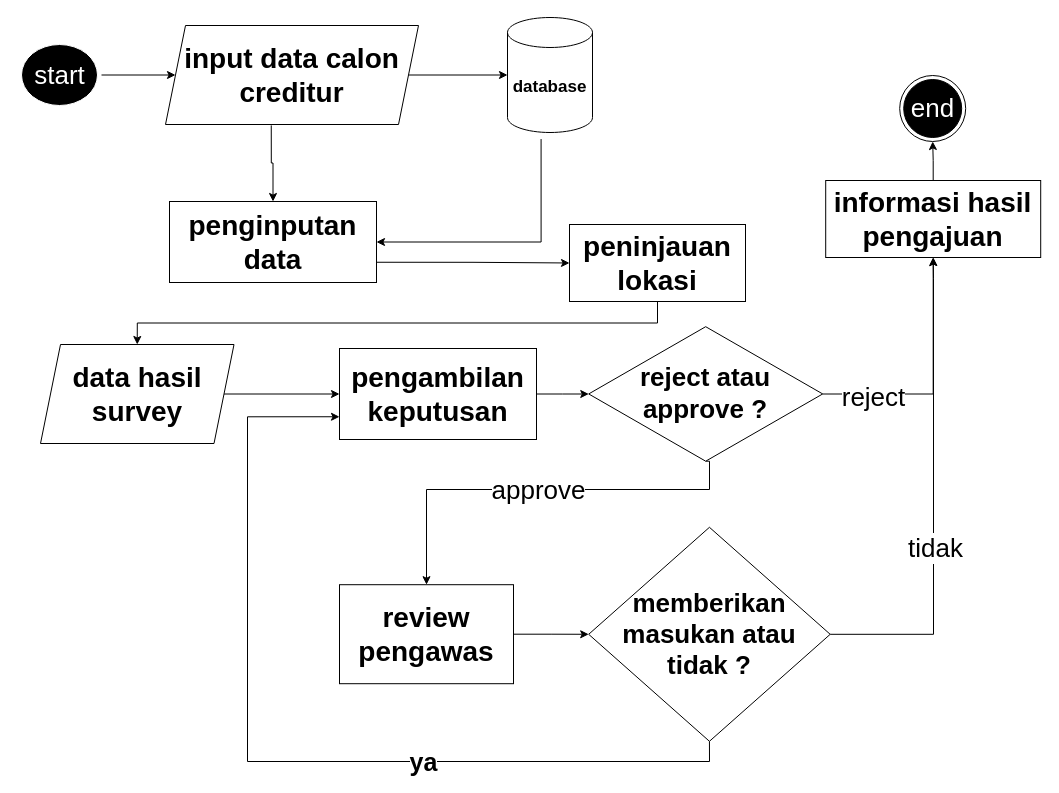
The draw.io diagram page "flowchart system" (1 of 43) of public/Untitled Diagram.drawio in alinurd/simpanPinjam, before the edit. Source tidied: cells renumbered, new cells numbered last; positions are measured from the earlier drawing's top-left corner, leaving out a move shared by most shapes. Both pictures are drawn from the tidied source at 100%, with x=0, y=0 at pixel (17, 17).
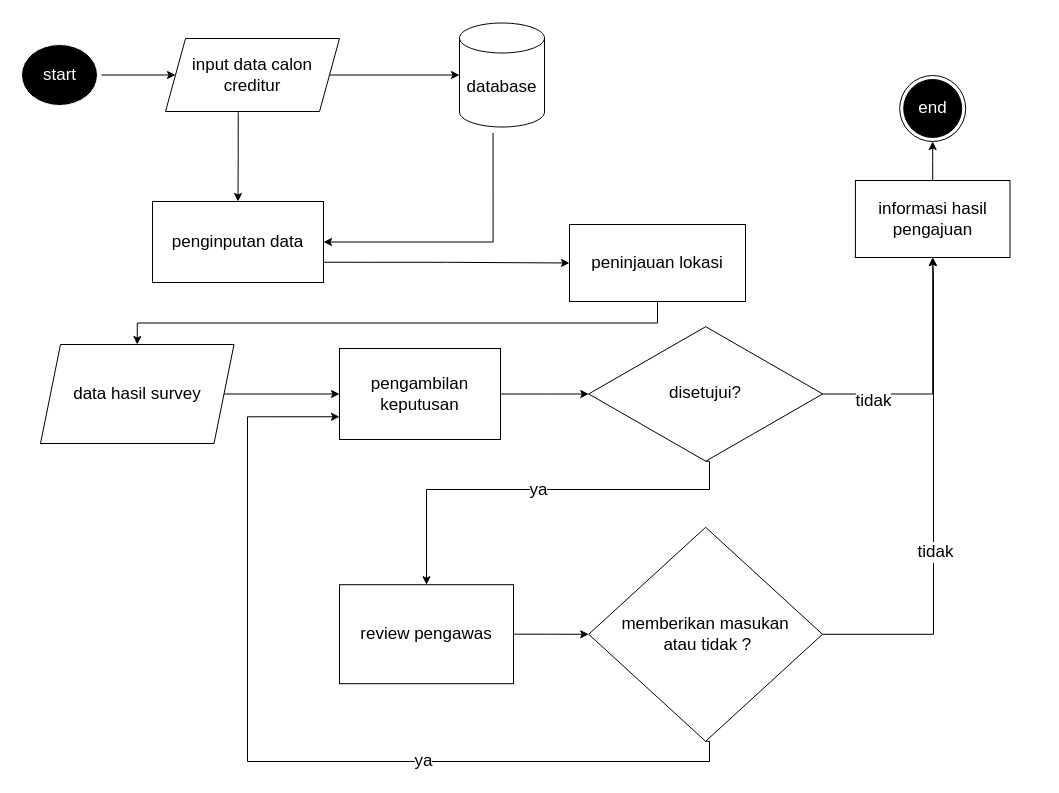
Above is the later version.

Diff of the diagram source:
```diff
@@
-    <mxCell id="2" style="edgeStyle=orthogonalEdgeStyle;rounded=0;jettySize=auto;html=1;entryX=0;entryY=0.5;entryDx=0;entryDy=0;fontSize=28;fontStyle=1;" parent="1" edge="1" source="31" target="5">
+    <mxCell id="2" style="edgeStyle=orthogonalEdgeStyle;rounded=0;jettySize=auto;html=1;entryX=0;entryY=0.5;entryDx=0;entryDy=0;fontSize=17;fontStyle=0;" parent="1" edge="1" source="31" target="5">
       <mxGeometry relative="1" as="geometry" />
     </mxCell>
-    <mxCell id="3" style="edgeStyle=orthogonalEdgeStyle;rounded=0;jettySize=auto;html=1;fontSize=28;exitX=0.418;exitY=1.009;exitDx=0;exitDy=0;exitPerimeter=0;fontStyle=1;" parent="1" edge="1" source="5" target="7">
+    <mxCell id="3" style="edgeStyle=orthogonalEdgeStyle;rounded=0;jettySize=auto;html=1;fontSize=17;exitX=0.418;exitY=1.009;exitDx=0;exitDy=0;exitPerimeter=0;fontStyle=0;" parent="1" edge="1" source="5" target="7">
       <mxGeometry relative="1" as="geometry" />
     </mxCell>
-    <mxCell id="4" style="edgeStyle=orthogonalEdgeStyle;rounded=0;jettySize=auto;html=1;entryX=0;entryY=0.5;entryDx=0;entryDy=0;entryPerimeter=0;fontSize=28;fontStyle=1;" parent="1" edge="1" source="5" target="8">
+    <mxCell id="4" style="edgeStyle=orthogonalEdgeStyle;rounded=0;jettySize=auto;html=1;entryX=0;entryY=0.5;entryDx=0;entryDy=0;entryPerimeter=0;fontSize=17;fontStyle=0;" parent="1" edge="1" source="5" target="8">
       <mxGeometry relative="1" as="geometry" />
     </mxCell>
-    <mxCell id="5" value="&lt;font style=&quot;font-size: 28px;&quot;&gt;input data calon creditur&lt;br style=&quot;font-size: 28px;&quot;&gt;&lt;/font&gt;" style="shape=parallelogram;perimeter=parallelogramPerimeter;whiteSpace=wrap;html=1;fixedSize=1;fontSize=28;fontStyle=1;" parent="1" vertex="1">
-      <mxGeometry x="148" y="8" width="253" height="99" as="geometry" />
+    <mxCell id="5" value="&lt;font style=&quot;font-size: 17px;&quot;&gt;input data calon creditur&lt;br style=&quot;font-size: 17px;&quot;&gt;&lt;/font&gt;" style="shape=parallelogram;perimeter=parallelogramPerimeter;whiteSpace=wrap;html=1;fixedSize=1;fontSize=17;fontStyle=0;" parent="1" vertex="1">
+      <mxGeometry x="148" y="21" width="174" height="73" as="geometry" />
     </mxCell>
-    <mxCell id="6" style="edgeStyle=orthogonalEdgeStyle;rounded=0;jettySize=auto;html=1;exitX=1;exitY=0.75;exitDx=0;exitDy=0;entryX=0;entryY=0.5;entryDx=0;entryDy=0;fontSize=28;fontStyle=1;" parent="1" edge="1" source="7" target="11">
+    <mxCell id="6" style="edgeStyle=orthogonalEdgeStyle;rounded=0;jettySize=auto;html=1;exitX=1;exitY=0.75;exitDx=0;exitDy=0;entryX=0;entryY=0.5;entryDx=0;entryDy=0;fontSize=17;fontStyle=0;" parent="1" edge="1" source="7" target="11">
       <mxGeometry relative="1" as="geometry" />
     </mxCell>
-    <mxCell id="7" value="penginputan data" style="whiteSpace=wrap;html=1;fontSize=28;fontStyle=1;" parent="1" vertex="1">
-      <mxGeometry x="152" y="184" width="207" height="81" as="geometry" />
+    <mxCell id="7" value="penginputan data" style="whiteSpace=wrap;html=1;fontSize=17;fontStyle=0;" parent="1" vertex="1">
+      <mxGeometry x="135" y="184" width="171" height="81" as="geometry" />
     </mxCell>
-    <mxCell id="8" value="database" style="shape=cylinder3;whiteSpace=wrap;html=1;boundedLbl=1;backgroundOutline=1;size=15;fontSize=17;fontStyle=1;" parent="1" vertex="1">
-      <mxGeometry x="490" width="85" height="115" as="geometry" />
+    <mxCell id="8" value="database" style="shape=cylinder3;whiteSpace=wrap;html=1;boundedLbl=1;backgroundOutline=1;size=15;fontSize=17;fontStyle=0;" parent="1" vertex="1">
+      <mxGeometry x="442" y="5.5" width="85" height="104" as="geometry" />
     </mxCell>
-    <mxCell id="9" style="edgeStyle=orthogonalEdgeStyle;rounded=0;jettySize=auto;html=1;exitX=0.395;exitY=1.057;exitDx=0;exitDy=0;exitPerimeter=0;entryX=1;entryY=0.5;entryDx=0;entryDy=0;fontSize=28;fontStyle=1;" parent="1" edge="1" source="8" target="7">
+    <mxCell id="9" style="edgeStyle=orthogonalEdgeStyle;rounded=0;jettySize=auto;html=1;exitX=0.395;exitY=1.057;exitDx=0;exitDy=0;exitPerimeter=0;entryX=1;entryY=0.5;entryDx=0;entryDy=0;fontSize=17;fontStyle=0;" parent="1" edge="1" source="8" target="7">
       <mxGeometry relative="1" as="geometry">
         <Array as="points">
-          <mxPoint x="524" y="224" />
+          <mxPoint x="476" y="225" />
         </Array>
       </mxGeometry>
     </mxCell>
-    <mxCell id="10" style="edgeStyle=orthogonalEdgeStyle;rounded=0;jettySize=auto;html=1;exitX=0.5;exitY=1;exitDx=0;exitDy=0;fontSize=28;fontStyle=1;entryX=0.5;entryY=0;entryDx=0;entryDy=0;" parent="1" edge="1" source="11" target="13">
+    <mxCell id="10" style="edgeStyle=orthogonalEdgeStyle;rounded=0;jettySize=auto;html=1;exitX=0.5;exitY=1;exitDx=0;exitDy=0;fontSize=17;fontStyle=0;entryX=0.5;entryY=0;entryDx=0;entryDy=0;" parent="1" edge="1" source="11" target="13">
       <mxGeometry relative="1" as="geometry" />
     </mxCell>
-    <mxCell id="11" value="&lt;div style=&quot;font-size: 28px;&quot;&gt;peninjauan lokasi&lt;/div&gt;" style="whiteSpace=wrap;html=1;fontSize=28;fontStyle=1;" parent="1" vertex="1">
+    <mxCell id="11" value="&lt;div style=&quot;font-size: 17px;&quot;&gt;peninjauan lokasi&lt;/div&gt;" style="whiteSpace=wrap;html=1;fontSize=17;fontStyle=0;" parent="1" vertex="1">
       <mxGeometry x="552" y="207" width="176" height="77" as="geometry" />
     </mxCell>
-    <mxCell id="12" style="edgeStyle=orthogonalEdgeStyle;rounded=0;jettySize=auto;html=1;" parent="1" edge="1" source="13" target="15">
+    <mxCell id="12" style="edgeStyle=orthogonalEdgeStyle;rounded=0;jettySize=auto;html=1;fontSize=17;fontStyle=0;" parent="1" edge="1" source="13" target="15">
       <mxGeometry relative="1" as="geometry" />
     </mxCell>
-    <mxCell id="13" value="&lt;div style=&quot;font-size: 28px;&quot;&gt;data hasil survey&lt;br style=&quot;font-size: 28px;&quot;&gt;&lt;/div&gt;" style="shape=parallelogram;perimeter=parallelogramPerimeter;whiteSpace=wrap;html=1;fixedSize=1;fontSize=28;fontStyle=1;" parent="1" vertex="1">
+    <mxCell id="13" value="&lt;div style=&quot;font-size: 17px;&quot;&gt;data hasil survey&lt;br style=&quot;font-size: 17px;&quot;&gt;&lt;/div&gt;" style="shape=parallelogram;perimeter=parallelogramPerimeter;whiteSpace=wrap;html=1;fixedSize=1;fontSize=17;fontStyle=0;" parent="1" vertex="1">
       <mxGeometry x="23" y="327" width="193.5" height="99" as="geometry" />
     </mxCell>
-    <mxCell id="14" style="edgeStyle=orthogonalEdgeStyle;rounded=0;jettySize=auto;html=1;fontSize=28;fontStyle=1;" parent="1" edge="1" source="15" target="19">
+    <mxCell id="14" style="edgeStyle=orthogonalEdgeStyle;rounded=0;jettySize=auto;html=1;fontSize=17;fontStyle=0;" parent="1" edge="1" source="15" target="19">
       <mxGeometry relative="1" as="geometry" />
     </mxCell>
-    <mxCell id="15" value="pengambilan keputusan" style="whiteSpace=wrap;html=1;fontSize=28;fontStyle=1;" parent="1" vertex="1">
-      <mxGeometry x="322" y="331" width="197" height="91" as="geometry" />
+    <mxCell id="15" value="pengambilan keputusan" style="whiteSpace=wrap;html=1;fontSize=17;fontStyle=0;" parent="1" vertex="1">
+      <mxGeometry x="322" y="331" width="161" height="91" as="geometry" />
     </mxCell>
-    <mxCell id="16" style="edgeStyle=orthogonalEdgeStyle;rounded=0;jettySize=auto;html=1;exitX=0.5;exitY=1;exitDx=0;exitDy=0;fontSize=28;fontStyle=1;" parent="1" edge="1" source="19" target="21">
+    <mxCell id="16" style="edgeStyle=orthogonalEdgeStyle;rounded=0;jettySize=auto;html=1;exitX=0.5;exitY=1;exitDx=0;exitDy=0;fontSize=17;fontStyle=0;" parent="1" edge="1" source="19" target="21">
       <mxGeometry relative="1" as="geometry">
         <Array as="points">
           <mxPoint x="692" y="472" />
           <mxPoint x="409" y="472" />
         </Array>
       </mxGeometry>
     </mxCell>
-    <mxCell id="17" value="approve" style="edgeLabel;html=1;align=center;verticalAlign=middle;fontSize=26;fontStyle=0;" parent="16" vertex="1">
+    <mxCell id="17" value="ya" style="edgeLabel;html=1;align=center;verticalAlign=middle;fontSize=17;fontStyle=0;" parent="16" vertex="1">
       <mxGeometry x="-0.48" y="-2" relative="1" as="geometry">
         <mxPoint x="-97" y="2" as="offset" />
       </mxGeometry>
     </mxCell>
-    <mxCell id="18" style="edgeStyle=orthogonalEdgeStyle;rounded=0;jettySize=auto;html=1;entryX=0.5;entryY=1;entryDx=0;entryDy=0;" parent="1" edge="1" source="19" target="29">
+    <mxCell id="18" style="edgeStyle=orthogonalEdgeStyle;rounded=0;jettySize=auto;html=1;entryX=0.5;entryY=1;entryDx=0;entryDy=0;fontSize=17;fontStyle=0;" parent="1" edge="1" source="19" target="29">
       <mxGeometry relative="1" as="geometry" />
     </mxCell>
-    <mxCell id="19" value="reject atau approve ?" style="rhombus;whiteSpace=wrap;html=1;fontSize=26;fontStyle=1;" parent="1" vertex="1">
+    <mxCell id="19" value="disetujui?" style="rhombus;whiteSpace=wrap;html=1;fontSize=17;fontStyle=0;" parent="1" vertex="1">
       <mxGeometry x="571.2" y="309.2" width="234" height="134.5" as="geometry" />
     </mxCell>
-    <mxCell id="20" style="edgeStyle=orthogonalEdgeStyle;rounded=0;jettySize=auto;html=1;entryX=0;entryY=0.5;entryDx=0;entryDy=0;" parent="1" edge="1" source="21" target="26">
+    <mxCell id="20" style="edgeStyle=orthogonalEdgeStyle;rounded=0;jettySize=auto;html=1;entryX=0;entryY=0.5;entryDx=0;entryDy=0;fontSize=17;fontStyle=0;" parent="1" edge="1" source="21" target="26">
       <mxGeometry relative="1" as="geometry" />
     </mxCell>
-    <mxCell id="21" value="review pengawas" style="whiteSpace=wrap;html=1;fontSize=28;fontStyle=1;" parent="1" vertex="1">
+    <mxCell id="21" value="review pengawas" style="whiteSpace=wrap;html=1;fontSize=17;fontStyle=0;" parent="1" vertex="1">
       <mxGeometry x="322" y="567.2" width="174" height="99" as="geometry" />
     </mxCell>
-    <mxCell id="22" style="edgeStyle=orthogonalEdgeStyle;rounded=0;jettySize=auto;html=1;entryX=0;entryY=0.75;entryDx=0;entryDy=0;exitX=0.5;exitY=1;exitDx=0;exitDy=0;" parent="1" edge="1" source="26" target="15">
+    <mxCell id="22" style="edgeStyle=orthogonalEdgeStyle;rounded=0;jettySize=auto;html=1;entryX=0;entryY=0.75;entryDx=0;entryDy=0;exitX=0.5;exitY=1;exitDx=0;exitDy=0;fontSize=17;fontStyle=0;" parent="1" edge="1" source="26" target="15">
       <mxGeometry relative="1" as="geometry">
         <Array as="points">
           <mxPoint x="692" y="744" />
           <mxPoint x="230" y="744" />
           <mxPoint x="230" y="399" />
         </Array>
       </mxGeometry>
     </mxCell>
-    <mxCell id="23" style="edgeStyle=orthogonalEdgeStyle;rounded=0;jettySize=auto;html=1;entryX=0.5;entryY=1;entryDx=0;entryDy=0;" parent="1" edge="1" source="26" target="29">
+    <mxCell id="23" style="edgeStyle=orthogonalEdgeStyle;rounded=0;jettySize=auto;html=1;entryX=0.5;entryY=1;entryDx=0;entryDy=0;fontSize=17;fontStyle=0;" parent="1" edge="1" source="26" target="29">
       <mxGeometry relative="1" as="geometry">
         <Array as="points">
           <mxPoint x="916" y="617" />
           <mxPoint x="916" y="261" />
         </Array>
       </mxGeometry>
     </mxCell>
-    <mxCell id="24" value="&lt;font style=&quot;font-size: 26px;&quot;&gt;tidak&lt;/font&gt;" style="edgeLabel;html=1;align=center;verticalAlign=middle;" parent="23" vertex="1">
+    <mxCell id="24" value="&lt;font style=&quot;font-size: 17px;&quot;&gt;tidak&lt;/font&gt;" style="edgeLabel;html=1;align=center;verticalAlign=middle;fontSize=17;fontStyle=0;" parent="23" vertex="1">
       <mxGeometry x="-0.21" y="-1" relative="1" as="geometry" />
     </mxCell>
-    <mxCell id="25" value="&lt;font style=&quot;font-size: 26px;&quot;&gt;reject&lt;/font&gt;" style="edgeLabel;html=1;align=center;verticalAlign=middle;" parent="23" vertex="1">
+    <mxCell id="25" value="tidak" style="edgeLabel;html=1;align=center;verticalAlign=middle;fontSize=17;fontStyle=0;" parent="23" vertex="1">
       <mxGeometry x="-0.21" y="-1" relative="1" as="geometry">
         <mxPoint x="-62" y="-151" as="offset" />
       </mxGeometry>
     </mxCell>
-    <mxCell id="26" value="memberikan masukan atau tidak ?" style="rhombus;whiteSpace=wrap;html=1;fontSize=26;fontStyle=1;" parent="1" vertex="1">
-      <mxGeometry x="571.2" y="509.8" width="241.5" height="214" as="geometry" />
+    <mxCell id="26" value="&lt;div&gt;memberikan masukan&lt;/div&gt;&lt;div&gt;&amp;nbsp;atau tidak ?&lt;/div&gt;" style="rhombus;whiteSpace=wrap;html=1;fontSize=17;fontStyle=0;" parent="1" vertex="1">
+      <mxGeometry x="571.2" y="509.8" width="233.8" height="214" as="geometry" />
     </mxCell>
-    <mxCell id="27" value="ya" style="edgeLabel;html=1;align=center;verticalAlign=middle;fontSize=25;fontStyle=1;" parent="1" vertex="1">
+    <mxCell id="27" value="ya" style="edgeLabel;html=1;align=center;verticalAlign=middle;fontSize=17;fontStyle=0;" parent="1" vertex="1">
       <mxGeometry x="409" y="743" as="geometry">
         <mxPoint x="-4" as="offset" />
       </mxGeometry>
     </mxCell>
-    <mxCell id="28" style="edgeStyle=orthogonalEdgeStyle;rounded=0;jettySize=auto;html=1;" parent="1" edge="1" source="29" target="30">
+    <mxCell id="28" style="edgeStyle=orthogonalEdgeStyle;rounded=0;jettySize=auto;html=1;fontSize=17;fontStyle=0;" parent="1" edge="1" source="29" target="30">
       <mxGeometry relative="1" as="geometry" />
     </mxCell>
-    <mxCell id="29" value="informasi hasil pengajuan" style="whiteSpace=wrap;html=1;fontSize=28;fontStyle=1;" parent="1" vertex="1">
-      <mxGeometry x="808.2" y="163" width="215" height="77" as="geometry" />
+    <mxCell id="29" value="informasi hasil pengajuan" style="whiteSpace=wrap;html=1;fontSize=17;fontStyle=0;" parent="1" vertex="1">
+      <mxGeometry x="837.9" y="163" width="154.6" height="77" as="geometry" />
     </mxCell>
-    <mxCell id="30" value="&lt;font color=&quot;#ffffff&quot; style=&quot;font-size: 26px;&quot;&gt;end&lt;/font&gt;" style="ellipse;html=1;shape=endState;fillColor=#000000;strokeColor=#000000;" parent="1" vertex="1">
+    <mxCell id="30" value="&lt;font color=&quot;#ffffff&quot; style=&quot;font-size: 17px;&quot;&gt;end&lt;/font&gt;" style="ellipse;html=1;shape=endState;fillColor=#000000;strokeColor=#000000;fontSize=17;fontStyle=0;" parent="1" vertex="1">
       <mxGeometry x="882.2" y="58" width="66" height="66" as="geometry" />
     </mxCell>
-    <mxCell id="31" value="&lt;font style=&quot;font-size: 26px;&quot; color=&quot;#ffffff&quot;&gt;start&lt;/font&gt;" style="ellipse;html=1;shape=startState;fillColor=#000000;strokeColor=#FFFFFF;" parent="1" vertex="1">
+    <mxCell id="31" value="&lt;font style=&quot;font-size: 17px;&quot; color=&quot;#ffffff&quot;&gt;start&lt;/font&gt;" style="ellipse;html=1;shape=startState;fillColor=#000000;strokeColor=#FFFFFF;fontSize=17;fontStyle=0;" parent="1" vertex="1">
       <mxGeometry y="23" width="84" height="69" as="geometry" />
     </mxCell>
```
